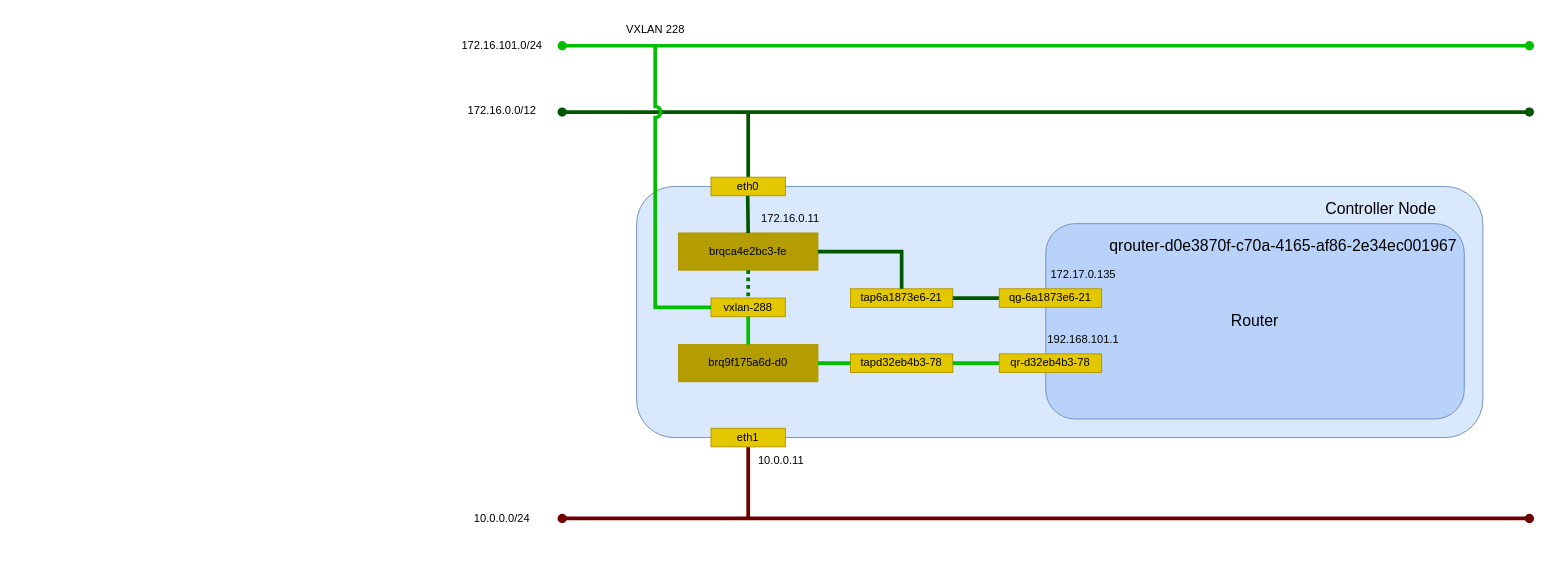
Above: _static/image/network_vxlan_router_linuxbridge.drawio in 9506hqwy/openstack_study_notes (draw.io), before the change. Source tidied: cells renumbered, new cells numbered last; positions are measured from the earlier drawing's top-left corner, leaving out a move shared by most shapes. Both pictures are drawn from the tidied source at 93%, with x=0, y=0 at pixel (450, 16).
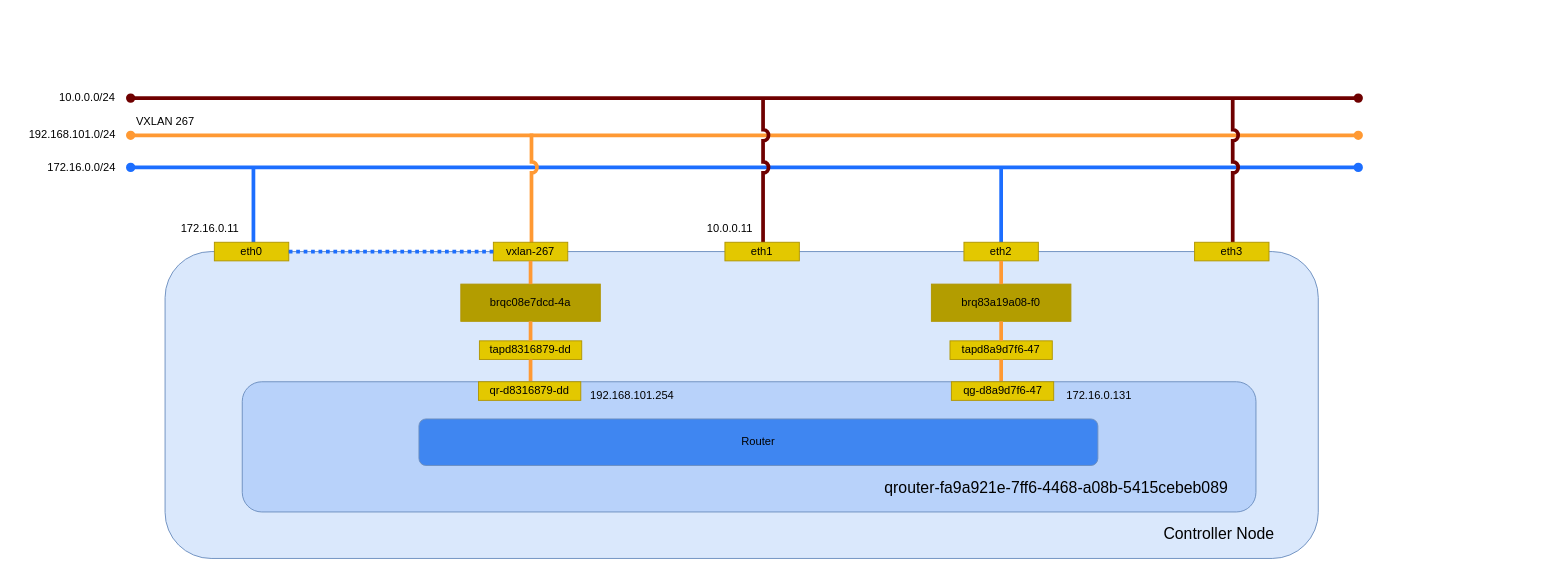
Above is the later version.

The edit, as a diff of the source:
```diff
@@
-    <mxCell id="2" style="endArrow=oval;html=1;rounded=0;startArrow=oval;startFill=1;endFill=1;strokeWidth=4;fillColor=#a20025;strokeColor=#6F0000;" parent="1" edge="1">
-      <mxGeometry relative="1" as="geometry">
-        <mxPoint x="120" y="540" as="sourcePoint" />
-        <mxPoint x="1160" y="540" as="targetPoint" />
-      </mxGeometry>
-    </mxCell>
-    <mxCell id="3" style="endArrow=oval;html=1;rounded=0;startArrow=oval;startFill=1;endFill=1;strokeWidth=4;fillColor=#008a00;strokeColor=#005700;" parent="1" edge="1">
-      <mxGeometry relative="1" as="geometry">
-        <mxPoint x="120" y="103" as="sourcePoint" />
-        <mxPoint x="1160" y="103" as="targetPoint" />
-      </mxGeometry>
-    </mxCell>
-    <mxCell id="4" value="172.16.0.0/12" style="text;html=1;align=center;verticalAlign=middle;strokeColor=none;fillColor=none;" parent="1" vertex="1">
-      <mxGeometry x="5" y="87" width="100" height="30" as="geometry" />
-    </mxCell>
+    <mxCell id="38" style="endArrow=oval;html=1;rounded=0;startArrow=oval;startFill=1;endFill=1;strokeWidth=4;fillColor=#a20025;strokeColor=#6F0000;" parent="1" edge="1">
+      <mxGeometry relative="1" as="geometry">
+        <mxPoint x="-344" y="88" as="sourcePoint" />
+        <mxPoint x="976" y="88" as="targetPoint" />
+      </mxGeometry>
+    </mxCell>
     <mxCell id="5" value="10.0.0.0/24" style="text;html=1;align=center;verticalAlign=middle;strokeColor=none;fillColor=none;" parent="1" vertex="1">
-      <mxGeometry x="15" y="525" width="80" height="30" as="geometry" />
+      <mxGeometry x="-431" y="73" width="80" height="30" as="geometry" />
     </mxCell>
-    <mxCell id="6" style="endArrow=none;html=1;rounded=0;startArrow=none;startFill=0;endFill=0;strokeWidth=4;fillColor=#008a00;strokeColor=#005700;exitX=0.5;exitY=1;exitDx=0;exitDy=0;" parent="1" edge="1">
-      <mxGeometry relative="1" as="geometry">
-        <mxPoint x="320" y="103" as="sourcePoint" />
-        <mxPoint x="320" y="183" as="targetPoint" />
-      </mxGeometry>
-    </mxCell>
-    <mxCell id="7" style="endArrow=none;html=1;rounded=0;startArrow=none;startFill=0;endFill=0;strokeWidth=4;fillColor=#a20025;strokeColor=#6F0000;exitX=0.5;exitY=1;exitDx=0;exitDy=0;" parent="1" edge="1">
-      <mxGeometry relative="1" as="geometry">
-        <mxPoint x="320" y="460" as="sourcePoint" />
-        <mxPoint x="320" y="540" as="targetPoint" />
-      </mxGeometry>
-    </mxCell>
-    <mxCell id="8" style="endArrow=oval;html=1;rounded=0;startArrow=oval;startFill=1;endFill=1;strokeWidth=4;fillColor=#008a00;strokeColor=#02BF02;" parent="1" edge="1">
-      <mxGeometry relative="1" as="geometry">
-        <mxPoint x="120" y="31.7" as="sourcePoint" />
-        <mxPoint x="1160" y="31.7" as="targetPoint" />
-      </mxGeometry>
-    </mxCell>
-    <mxCell id="9" value="172.16.101.0/24" style="text;html=1;align=center;verticalAlign=middle;strokeColor=none;fillColor=none;" parent="1" vertex="1">
-      <mxGeometry y="17" width="110" height="30" as="geometry" />
-    </mxCell>
-    <mxCell id="10" value="VXLAN 228" style="text;html=1;align=center;verticalAlign=middle;strokeColor=none;fillColor=none;" parent="1" vertex="1">
-      <mxGeometry x="180" width="80" height="30" as="geometry" />
-    </mxCell>
+    <mxCell id="39" style="endArrow=oval;html=1;rounded=0;startArrow=oval;startFill=1;endFill=1;strokeWidth=4;fillColor=#a20025;strokeColor=#1C6EFF;" parent="1" edge="1">
+      <mxGeometry relative="1" as="geometry">
+        <mxPoint x="-344" y="162.5" as="sourcePoint" />
+        <mxPoint x="976" y="162.5" as="targetPoint" />
+      </mxGeometry>
+    </mxCell>
+    <mxCell id="40" value="172.16.0.0/24" style="text;html=1;align=center;verticalAlign=middle;strokeColor=none;fillColor=none;" parent="1" vertex="1">
+      <mxGeometry x="-447" y="148" width="100" height="30" as="geometry" />
+    </mxCell>
+    <mxCell id="41" style="endArrow=none;html=1;rounded=0;startArrow=none;startFill=0;endFill=0;strokeWidth=4;fillColor=#a20025;strokeColor=#1C6EFF;jumpStyle=arc;" parent="1" edge="1">
+      <mxGeometry relative="1" as="geometry">
+        <mxPoint x="-212" y="163" as="sourcePoint" />
+        <mxPoint x="-212" y="243" as="targetPoint" />
+      </mxGeometry>
+    </mxCell>
+    <mxCell id="42" style="endArrow=none;html=1;rounded=0;startArrow=none;startFill=0;endFill=0;strokeWidth=4;fillColor=#a20025;strokeColor=#1C6EFF;jumpStyle=arc;" parent="1" edge="1">
+      <mxGeometry relative="1" as="geometry">
+        <mxPoint x="592" y="163" as="sourcePoint" />
+        <mxPoint x="592" y="243" as="targetPoint" />
+      </mxGeometry>
+    </mxCell>
+    <mxCell id="43" style="endArrow=oval;html=1;rounded=0;startArrow=oval;startFill=1;endFill=1;strokeWidth=4;fillColor=#a20025;strokeColor=#FF9933;" parent="1" edge="1">
+      <mxGeometry relative="1" as="geometry">
+        <mxPoint x="-344" y="128" as="sourcePoint" />
+        <mxPoint x="976" y="128" as="targetPoint" />
+      </mxGeometry>
+    </mxCell>
+    <mxCell id="44" value="192.168.101.0/24" style="text;html=1;align=center;verticalAlign=middle;strokeColor=none;fillColor=none;" parent="1" vertex="1">
+      <mxGeometry x="-467" y="112" width="120" height="30" as="geometry" />
+    </mxCell>
+    <mxCell id="45" style="endArrow=none;html=1;rounded=0;startArrow=none;startFill=0;endFill=0;strokeWidth=4;fillColor=#a20025;strokeColor=#FF9933;jumpStyle=arc;" parent="1" edge="1">
+      <mxGeometry relative="1" as="geometry">
+        <mxPoint x="87" y="126" as="sourcePoint" />
+        <mxPoint x="87" y="256" as="targetPoint" />
+      </mxGeometry>
+    </mxCell>
+    <mxCell id="46" value="VXLAN 267" style="text;html=1;align=center;verticalAlign=middle;strokeColor=none;fillColor=none;" parent="1" vertex="1">
+      <mxGeometry x="-347" y="98" width="80" height="30" as="geometry" />
+    </mxCell>
+    <mxCell id="47" style="endArrow=none;html=1;rounded=0;startArrow=none;startFill=0;endFill=0;strokeWidth=4;fillColor=#a20025;strokeColor=#6F0000;jumpStyle=arc;" parent="1" edge="1">
+      <mxGeometry relative="1" as="geometry">
+        <mxPoint x="841" y="89" as="sourcePoint" />
+        <mxPoint x="841" y="243" as="targetPoint" />
+      </mxGeometry>
+    </mxCell>
+    <mxCell id="48" style="endArrow=none;html=1;rounded=0;startArrow=none;startFill=0;endFill=0;strokeWidth=4;fillColor=#a20025;strokeColor=#6F0000;jumpStyle=arc;" parent="1" edge="1">
+      <mxGeometry relative="1" as="geometry">
+        <mxPoint x="336" y="87" as="sourcePoint" />
+        <mxPoint x="336" y="243" as="targetPoint" />
+      </mxGeometry>
+    </mxCell>
@@
-    <mxCell id="12" style="rounded=1;whiteSpace=wrap;html=1;fillColor=#dae8fc;strokeColor=#6c8ebf;align=center;horizontal=1;" parent="11" vertex="1">
-      <mxGeometry x="200" y="183" width="910" height="270" as="geometry" />
-    </mxCell>
+    <mxCell id="49" style="rounded=1;whiteSpace=wrap;html=1;fillColor=#dae8fc;strokeColor=#6c8ebf;" parent="11" vertex="1">
+      <mxGeometry x="-307" y="253" width="1240" height="330" as="geometry" />
+    </mxCell>
     <mxCell id="13" value="eth1" style="rounded=0;whiteSpace=wrap;html=1;fillColor=#e3c800;fontColor=#000000;strokeColor=#B09500;" parent="11" vertex="1">
-      <mxGeometry x="280" y="443" width="80" height="20" as="geometry" />
+      <mxGeometry x="295" y="243" width="80" height="20" as="geometry" />
     </mxCell>
-    <mxCell id="14" value="vxlan-288" style="rounded=0;whiteSpace=wrap;html=1;fillColor=#e3c800;fontColor=#000000;strokeColor=#B09500;" parent="11" vertex="1">
-      <mxGeometry x="280" y="303" width="80" height="20" as="geometry" />
-    </mxCell>
+    <mxCell id="22" value="eth0" style="rounded=0;whiteSpace=wrap;html=1;fillColor=#e3c800;fontColor=#000000;strokeColor=#B09500;" parent="11" vertex="1">
+      <mxGeometry x="-254" y="243" width="80" height="20" as="geometry" />
+    </mxCell>
+    <mxCell id="27" value="172.16.0.11" style="text;html=1;align=center;verticalAlign=middle;strokeColor=none;fillColor=none;" parent="11" vertex="1">
+      <mxGeometry x="-304" y="213" width="90" height="30" as="geometry" />
+    </mxCell>
+    <mxCell id="50" value="vxlan-267" style="rounded=0;whiteSpace=wrap;html=1;fillColor=#e3c800;fontColor=#000000;strokeColor=#B09500;" parent="11" vertex="1">
+      <mxGeometry x="46" y="243" width="80" height="20" as="geometry" />
+    </mxCell>
+    <mxCell id="51" value="&lt;div&gt;eth3&lt;/div&gt;" style="rounded=0;whiteSpace=wrap;html=1;fillColor=#e3c800;fontColor=#000000;strokeColor=#B09500;" parent="11" vertex="1">
+      <mxGeometry x="800" y="243" width="80" height="20" as="geometry" />
+    </mxCell>
     <mxCell id="15" value="10.0.0.11" style="text;html=1;align=center;verticalAlign=middle;strokeColor=none;fillColor=none;" parent="11" vertex="1">
-      <mxGeometry x="320" y="463" width="70" height="30" as="geometry" />
+      <mxGeometry x="265" y="213" width="70" height="30" as="geometry" />
     </mxCell>
     <mxCell id="16" value="&lt;font style=&quot;font-size: 17px;&quot;&gt;Controller Node&lt;/font&gt;" style="text;html=1;align=center;verticalAlign=middle;strokeColor=none;fillColor=none;" parent="11" vertex="1">
-      <mxGeometry x="930" y="193" width="140" height="30" as="geometry" />
+      <mxGeometry x="756" y="543" width="140" height="30" as="geometry" />
     </mxCell>
-    <mxCell id="17" value="brq9f175a6d-d0" style="rounded=0;whiteSpace=wrap;html=1;fillColor=#B39D00;fontColor=#000000;strokeColor=#B09500;" parent="11" vertex="1">
-      <mxGeometry x="245" y="353" width="150" height="40" as="geometry" />
+    <mxCell id="17" value="brqc08e7dcd-4a" style="rounded=0;whiteSpace=wrap;html=1;fillColor=#B39D00;fontColor=#000000;strokeColor=#B09500;" parent="11" vertex="1">
+      <mxGeometry x="11" y="288" width="150" height="40" as="geometry" />
     </mxCell>
-    <mxCell id="18" style="endArrow=none;html=1;rounded=0;startArrow=none;startFill=0;endFill=0;strokeWidth=4;fillColor=#008a00;strokeColor=#02BF02;entryX=0.5;entryY=0;entryDx=0;entryDy=0;" parent="11" edge="1" target="17">
-      <mxGeometry relative="1" as="geometry">
-        <mxPoint x="320" y="323" as="sourcePoint" />
-      </mxGeometry>
-    </mxCell>
-    <mxCell id="19" value="tapd32eb4b3-78" style="rounded=0;whiteSpace=wrap;html=1;fillColor=#e3c800;fontColor=#000000;strokeColor=#B09500;" parent="11" vertex="1">
-      <mxGeometry x="430" y="363" width="110" height="20" as="geometry" />
+    <mxCell id="19" value="tapd8316879-dd" style="rounded=0;whiteSpace=wrap;html=1;fillColor=#e3c800;fontColor=#000000;strokeColor=#B09500;" parent="11" vertex="1">
+      <mxGeometry x="31" y="349" width="110" height="20" as="geometry" />
     </mxCell>
+    <mxCell id="52" style="endArrow=none;html=1;rounded=0;startArrow=none;startFill=0;endFill=0;strokeWidth=4;fillColor=#a20025;strokeColor=#FF9933;jumpStyle=arc;entryX=0.5;entryY=0;entryDx=0;entryDy=0;exitX=0.5;exitY=1;exitDx=0;exitDy=0;" parent="11" edge="1" source="50" target="17">
+      <mxGeometry relative="1" as="geometry" />
+    </mxCell>
-    <mxCell id="20" style="endArrow=none;html=1;rounded=0;startArrow=none;startFill=0;endFill=0;strokeWidth=4;fillColor=#008a00;strokeColor=#02BF02;exitX=1;exitY=0.5;exitDx=0;exitDy=0;entryX=0;entryY=0.5;entryDx=0;entryDy=0;" parent="11" edge="1" source="17" target="19">
+    <mxCell id="20" style="endArrow=none;html=1;rounded=0;startArrow=none;startFill=0;endFill=0;strokeWidth=4;fillColor=#a20025;strokeColor=#FF9933;jumpStyle=arc;entryX=0.5;entryY=0;entryDx=0;entryDy=0;exitX=0.5;exitY=1;exitDx=0;exitDy=0;" parent="11" edge="1" source="17" target="19">
       <mxGeometry relative="1" as="geometry" />
     </mxCell>
-    <mxCell id="21" style="endArrow=none;html=1;rounded=0;startArrow=none;startFill=0;endFill=0;strokeWidth=4;fillColor=#008a00;strokeColor=#02BF02;exitX=1;exitY=0.5;exitDx=0;exitDy=0;entryX=0;entryY=0.5;entryDx=0;entryDy=0;" parent="11" edge="1" source="19" target="34">
-      <mxGeometry relative="1" as="geometry" />
-    </mxCell>
-    <mxCell id="22" value="eth0" style="rounded=0;whiteSpace=wrap;html=1;fillColor=#e3c800;fontColor=#000000;strokeColor=#B09500;" parent="11" vertex="1">
-      <mxGeometry x="280" y="173" width="80" height="20" as="geometry" />
-    </mxCell>
-    <mxCell id="23" value="brqca4e2bc3-fe" style="rounded=0;whiteSpace=wrap;html=1;fillColor=#B39D00;fontColor=#000000;strokeColor=#B09500;" parent="11" vertex="1">
-      <mxGeometry x="245" y="233" width="150" height="40" as="geometry" />
-    </mxCell>
-    <mxCell id="24" style="endArrow=none;html=1;rounded=0;startArrow=none;startFill=0;endFill=0;strokeWidth=4;fillColor=#008a00;strokeColor=#005700;" parent="11" edge="1">
-      <mxGeometry relative="1" as="geometry">
-        <mxPoint x="319.5" y="193" as="sourcePoint" />
-        <mxPoint x="320" y="233" as="targetPoint" />
-      </mxGeometry>
-    </mxCell>
-    <mxCell id="25" style="endArrow=none;html=1;rounded=0;startArrow=none;startFill=0;endFill=0;strokeWidth=4;fillColor=#008a00;strokeColor=#017801;entryX=0.5;entryY=0;entryDx=0;entryDy=0;exitX=0.5;exitY=1;exitDx=0;exitDy=0;dashed=1;dashPattern=1 1;" parent="11" edge="1" source="23" target="14">
-      <mxGeometry relative="1" as="geometry" />
-    </mxCell>
-    <mxCell id="26" style="endArrow=none;html=1;rounded=0;startArrow=none;startFill=0;endFill=0;strokeWidth=4;fillColor=#008a00;strokeColor=#02BF02;exitX=0;exitY=0.5;exitDx=0;exitDy=0;jumpStyle=arc;" parent="11" edge="1" source="14">
-      <mxGeometry relative="1" as="geometry">
-        <mxPoint x="220" y="33" as="targetPoint" />
-        <Array as="points">
-          <mxPoint x="220" y="313" />
-        </Array>
-      </mxGeometry>
-    </mxCell>
-    <mxCell id="27" value="172.16.0.11" style="text;html=1;align=center;verticalAlign=middle;strokeColor=none;fillColor=none;" parent="11" vertex="1">
-      <mxGeometry x="320" y="203" width="90" height="30" as="geometry" />
-    </mxCell>
-    <mxCell id="28" value="tap6a1873e6-21" style="rounded=0;whiteSpace=wrap;html=1;fillColor=#e3c800;fontColor=#000000;strokeColor=#B09500;" parent="11" vertex="1">
-      <mxGeometry x="430" y="293" width="110" height="20" as="geometry" />
-    </mxCell>
-    <mxCell id="29" style="endArrow=none;html=1;rounded=0;startArrow=none;startFill=0;endFill=0;strokeWidth=4;fillColor=#008a00;strokeColor=#005700;exitX=1;exitY=0.5;exitDx=0;exitDy=0;" parent="11" edge="1" source="28">
-      <mxGeometry relative="1" as="geometry">
-        <mxPoint x="590" y="303" as="targetPoint" />
-      </mxGeometry>
-    </mxCell>
-    <mxCell id="30" style="endArrow=none;html=1;rounded=0;startArrow=none;startFill=0;endFill=0;strokeWidth=4;fillColor=#008a00;strokeColor=#005700;exitX=1;exitY=0.5;exitDx=0;exitDy=0;entryX=0.5;entryY=0;entryDx=0;entryDy=0;" parent="11" edge="1" source="23" target="28">
-      <mxGeometry relative="1" as="geometry">
-        <Array as="points">
-          <mxPoint x="485" y="253" />
-        </Array>
-      </mxGeometry>
-    </mxCell>
+    <mxCell id="53" style="endArrow=none;html=1;rounded=0;startArrow=none;startFill=0;endFill=0;strokeWidth=4;fillColor=#a20025;strokeColor=#FF9933;jumpStyle=arc;exitX=0.5;exitY=1;exitDx=0;exitDy=0;" parent="11" edge="1">
+      <mxGeometry relative="1" as="geometry">
+        <mxPoint x="86" y="369" as="sourcePoint" />
+        <mxPoint x="86" y="393" as="targetPoint" />
+      </mxGeometry>
+    </mxCell>
+    <mxCell id="54" value="eth2" style="rounded=0;whiteSpace=wrap;html=1;fillColor=#e3c800;fontColor=#000000;strokeColor=#B09500;" parent="11" vertex="1">
+      <mxGeometry x="552" y="243" width="80" height="20" as="geometry" />
+    </mxCell>
+    <mxCell id="55" style="endArrow=none;html=1;rounded=0;startArrow=none;startFill=0;endFill=0;strokeWidth=4;fillColor=#a20025;strokeColor=#1C6EFF;jumpStyle=arc;exitX=1;exitY=0.5;exitDx=0;exitDy=0;entryX=0;entryY=0.5;entryDx=0;entryDy=0;dashed=1;dashPattern=1 1;" parent="11" edge="1" source="22" target="50">
+      <mxGeometry relative="1" as="geometry" />
+    </mxCell>
+    <mxCell id="56" value="brq83a19a08-f0" style="rounded=0;whiteSpace=wrap;html=1;fillColor=#B39D00;fontColor=#000000;strokeColor=#B09500;" parent="11" vertex="1">
+      <mxGeometry x="517" y="288" width="150" height="40" as="geometry" />
+    </mxCell>
+    <mxCell id="57" value="tapd8a9d7f6-47" style="rounded=0;whiteSpace=wrap;html=1;fillColor=#e3c800;fontColor=#000000;strokeColor=#B09500;" parent="11" vertex="1">
+      <mxGeometry x="537" y="349" width="110" height="20" as="geometry" />
+    </mxCell>
+    <mxCell id="58" style="endArrow=none;html=1;rounded=0;startArrow=none;startFill=0;endFill=0;strokeWidth=4;fillColor=#a20025;strokeColor=#FF9933;jumpStyle=arc;exitX=0.5;exitY=1;exitDx=0;exitDy=0;entryX=0.725;entryY=0.455;entryDx=0;entryDy=0;entryPerimeter=0;" parent="11" edge="1" source="57" target="49">
+      <mxGeometry relative="1" as="geometry" />
+    </mxCell>
+    <mxCell id="59" style="endArrow=none;html=1;rounded=0;startArrow=none;startFill=0;endFill=0;strokeWidth=4;fillColor=#a20025;strokeColor=#FF9933;jumpStyle=arc;exitX=0.5;exitY=1;exitDx=0;exitDy=0;entryX=0.5;entryY=0;entryDx=0;entryDy=0;" parent="11" edge="1" source="56" target="57">
+      <mxGeometry relative="1" as="geometry" />
+    </mxCell>
+    <mxCell id="60" style="endArrow=none;html=1;rounded=0;startArrow=none;startFill=0;endFill=0;strokeWidth=4;fillColor=#a20025;strokeColor=#FF9933;jumpStyle=arc;exitX=0.5;exitY=1;exitDx=0;exitDy=0;entryX=0.5;entryY=0;entryDx=0;entryDy=0;" parent="11" edge="1" source="54" target="56">
+      <mxGeometry relative="1" as="geometry" />
+    </mxCell>
@@
-    <mxCell id="32" value="&lt;font style=&quot;font-size: 17px;&quot;&gt;Router&lt;/font&gt;" style="rounded=1;whiteSpace=wrap;html=1;fillColor=#b8d2fa;strokeColor=#6c8ebf;align=center;horizontal=1;" parent="31" vertex="1">
-      <mxGeometry x="640" y="223" width="450" height="210" as="geometry" />
+    <mxCell id="32" style="rounded=1;whiteSpace=wrap;html=1;fillColor=#b8d2fa;strokeColor=#6c8ebf;align=center;horizontal=1;" parent="31" vertex="1">
+      <mxGeometry x="-224" y="393" width="1090" height="140" as="geometry" />
     </mxCell>
-    <mxCell id="33" value="&lt;font style=&quot;font-size: 17px;&quot;&gt;qrouter-d0e3870f-c70a-4165-af86-2e34ec001967&lt;/font&gt;" style="text;html=1;align=center;verticalAlign=middle;strokeColor=none;fillColor=none;" parent="31" vertex="1">
-      <mxGeometry x="695" y="233" width="400" height="30" as="geometry" />
+    <mxCell id="33" value="&lt;font style=&quot;font-size: 17px;&quot;&gt;qrouter-fa9a921e-7ff6-4468-a08b-5415cebeb089&lt;/font&gt;" style="text;html=1;align=center;verticalAlign=middle;strokeColor=none;fillColor=none;" parent="31" vertex="1">
+      <mxGeometry x="456" y="493" width="390" height="30" as="geometry" />
     </mxCell>
+    <mxCell id="35" value="192.168.101.254" style="text;html=1;align=center;verticalAlign=middle;strokeColor=none;fillColor=none;" parent="31" vertex="1">
+      <mxGeometry x="135" y="393" width="120" height="30" as="geometry" />
+    </mxCell>
+    <mxCell id="61" value="Router" style="rounded=1;whiteSpace=wrap;html=1;fillColor=#3f86f1;strokeColor=#6c8ebf;align=center;horizontal=1;" parent="31" vertex="1">
+      <mxGeometry x="-34" y="433" width="730" height="50" as="geometry" />
+    </mxCell>
-    <mxCell id="34" value="qr-d32eb4b3-78" style="rounded=0;whiteSpace=wrap;html=1;fillColor=#e3c800;fontColor=#000000;strokeColor=#B09500;" parent="31" vertex="1">
-      <mxGeometry x="590" y="363" width="110" height="20" as="geometry" />
+    <mxCell id="34" value="qr-d8316879-dd" style="rounded=0;whiteSpace=wrap;html=1;fillColor=#e3c800;fontColor=#000000;strokeColor=#B09500;" parent="31" vertex="1">
+      <mxGeometry x="30" y="393" width="110" height="20" as="geometry" />
     </mxCell>
-    <mxCell id="35" value="192.168.101.1" style="text;html=1;align=center;verticalAlign=middle;strokeColor=none;fillColor=none;" parent="31" vertex="1">
-      <mxGeometry x="630" y="333" width="100" height="30" as="geometry" />
-    </mxCell>
-    <mxCell id="36" value="qg-6a1873e6-21" style="rounded=0;whiteSpace=wrap;html=1;fillColor=#e3c800;fontColor=#000000;strokeColor=#B09500;" parent="31" vertex="1">
-      <mxGeometry x="590" y="293" width="110" height="20" as="geometry" />
-    </mxCell>
-    <mxCell id="37" value="172.17.0.135" style="text;html=1;align=center;verticalAlign=middle;strokeColor=none;fillColor=none;" parent="31" vertex="1">
-      <mxGeometry x="630" y="263" width="100" height="30" as="geometry" />
-    </mxCell>
+    <mxCell id="62" value="172.16.0.131" style="text;html=1;align=center;verticalAlign=middle;strokeColor=none;fillColor=none;" parent="31" vertex="1">
+      <mxGeometry x="646.5" y="393" width="100" height="30" as="geometry" />
+    </mxCell>
+    <mxCell id="63" value="qg-d8a9d7f6-47" style="rounded=0;whiteSpace=wrap;html=1;fillColor=#e3c800;fontColor=#000000;strokeColor=#B09500;" parent="31" vertex="1">
+      <mxGeometry x="538.5" y="393" width="110" height="20" as="geometry" />
+    </mxCell>
```
